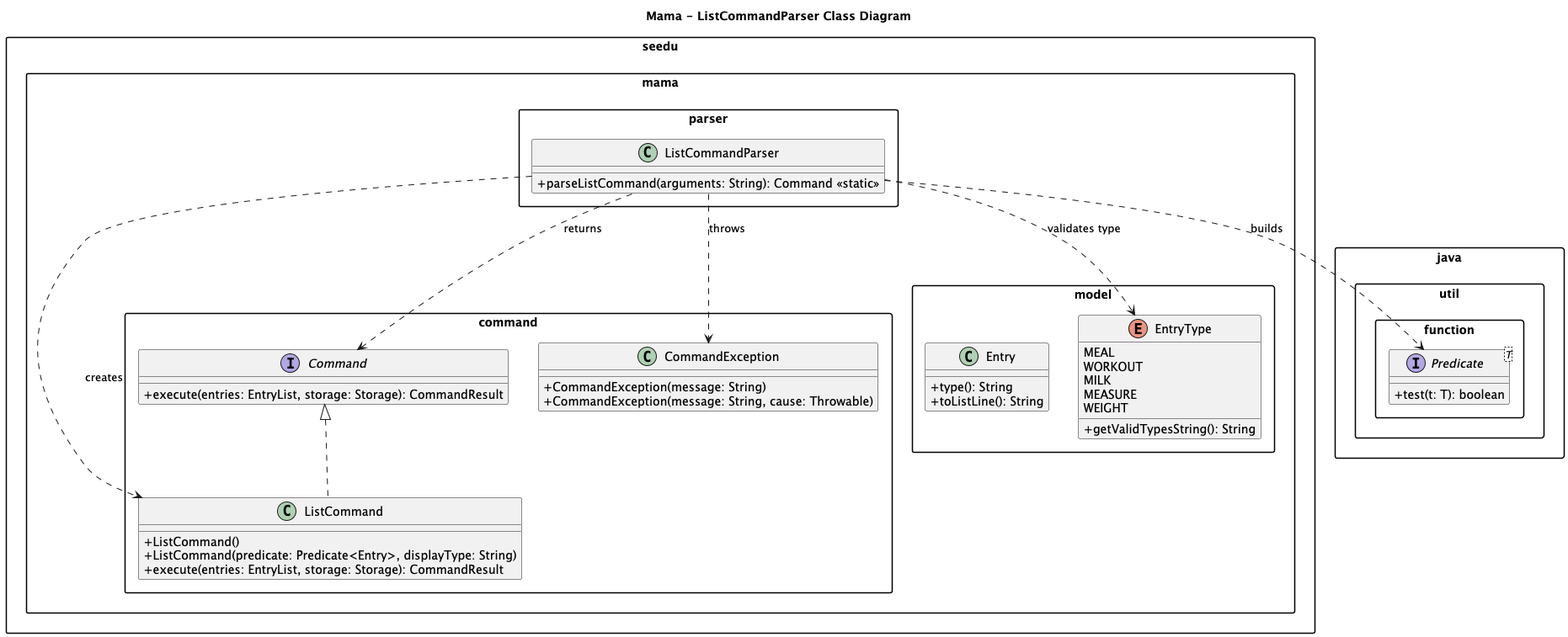
Before: docs/images/ListCommandParserDiagram.png, a diagram exported from PlantUML (Ibrashoukry/tp). Its diagram source:
```plantuml
@startuml
title Mama - ListCommandParser Class Diagram

skinparam classAttributeIconSize 0
skinparam packageStyle rectangle

package "seedu.mama.parser" {
  class ListCommandParser {
    +parseListCommand(arguments: String): Command <<static>>
  }
}

package "seedu.mama.command" {
  interface Command {
    +execute(entries: EntryList, storage: Storage): CommandResult
  }

  class ListCommand implements Command {
    +ListCommand()
    +ListCommand(predicate: Predicate<Entry>, displayType: String)
    +execute(entries: EntryList, storage: Storage): CommandResult
  }

  class CommandException {
    +CommandException(message: String)
    +CommandException(message: String, cause: Throwable)
  }
}

package "seedu.mama.model" {
  class Entry {
    +type(): String
    +toListLine(): String
  }

  enum EntryType {
    MEAL
    WORKOUT
    MILK
    MEASURE
    WEIGHT
    +getValidTypesString(): String
  }
}

package "java.util.function" {
  interface Predicate<T> {
    +test(t: T): boolean
  }
}

ListCommandParser ..> ListCommand : creates
ListCommandParser ..> Predicate : builds
ListCommandParser ..> EntryType : validates type
ListCommandParser ..> CommandException : throws
ListCommandParser ..> Command : returns
@enduml
```
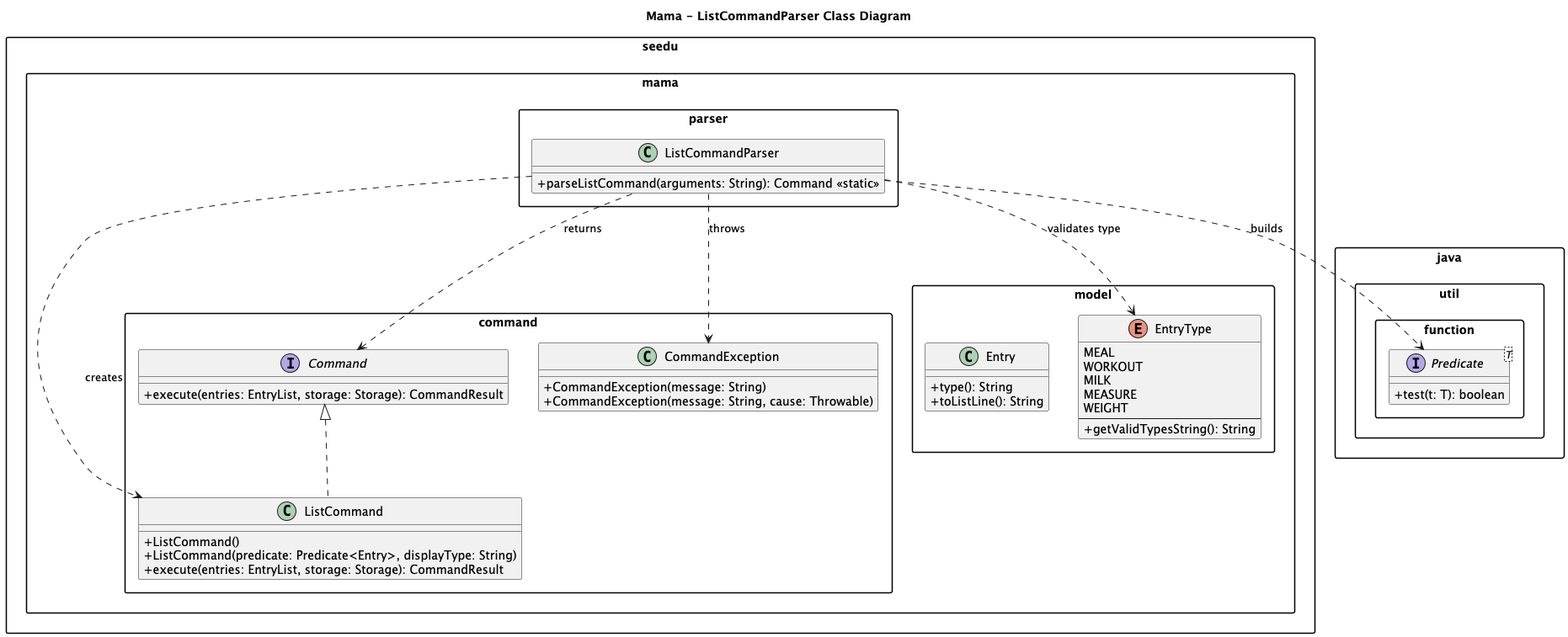
The same file after the commit.

What changed in the source:
```diff
@@ -39,6 +39,7 @@
     MILK
     MEASURE
     WEIGHT
+    --
     +getValidTypesString(): String
   }
 }
```
